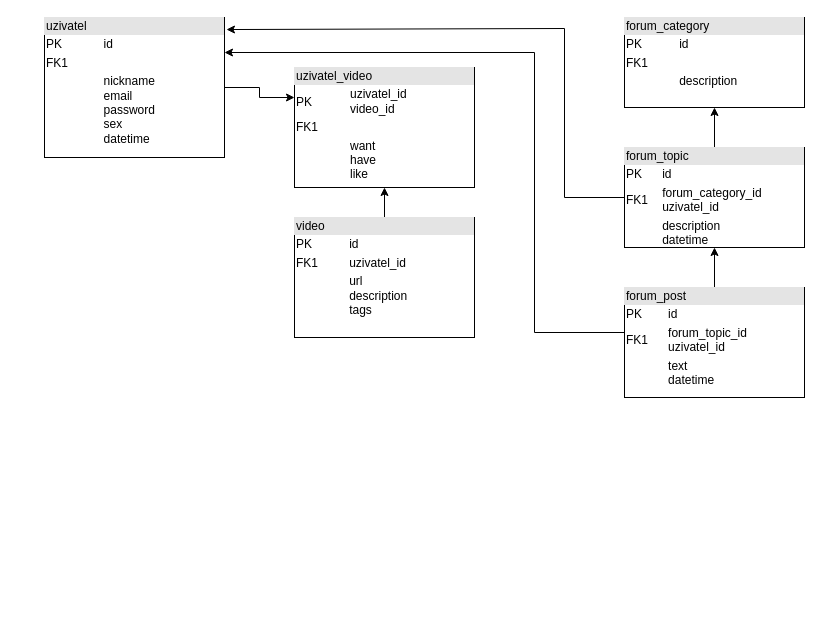
Above: pic/Diagram bez názvu.drawio in Koudislav/koudislav.github.io (draw.io), before the change. Source tidied: cells renumbered, new cells numbered last; positions are measured from the earlier drawing's top-left corner, leaving out a move shared by most shapes. Both pictures are drawn from the tidied source at 100%, with x=0, y=0 at pixel (44, 17).
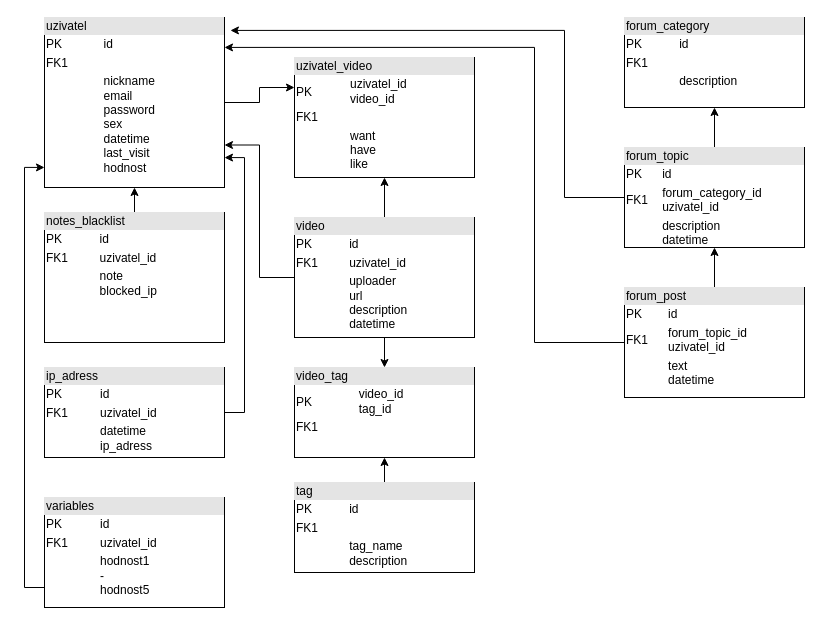
Above is the later version.

Unchanged cells that the change refers to:
```xml
<mxCell id="7" value="&lt;div style=&quot;box-sizing:border-box;width:100%;background:#e4e4e4;padding:2px;&quot;&gt;forum_topic&lt;/div&gt;&lt;table style=&quot;width:100%;font-size:1em;&quot; cellpadding=&quot;2&quot; cellspacing=&quot;0&quot;&gt;&lt;tbody&gt;&lt;tr&gt;&lt;td&gt;PK&lt;/td&gt;&lt;td&gt;id&lt;/td&gt;&lt;/tr&gt;&lt;tr&gt;&lt;td&gt;FK1&lt;/td&gt;&lt;td&gt;forum_category_id&lt;br&gt;uzivatel_id&lt;/td&gt;&lt;/tr&gt;&lt;tr&gt;&lt;td&gt;&lt;/td&gt;&lt;td&gt;description&lt;br&gt;datetime&lt;/td&gt;&lt;/tr&gt;&lt;/tbody&gt;&lt;/table&gt;" style="verticalAlign=top;align=left;overflow=fill;html=1;" parent="1" vertex="1">
  <mxGeometry x="580" y="130" width="180" height="100" as="geometry" />
</mxCell>
<mxCell id="10" value="&lt;div style=&quot;box-sizing:border-box;width:100%;background:#e4e4e4;padding:2px;&quot;&gt;forum_post&lt;br&gt;&lt;/div&gt;&lt;table style=&quot;font-size: 1em; background-color: initial; width: 176px;&quot; cellpadding=&quot;2&quot; cellspacing=&quot;0&quot;&gt;&lt;tbody&gt;&lt;tr&gt;&lt;td&gt;PK&lt;/td&gt;&lt;td&gt;id&lt;/td&gt;&lt;/tr&gt;&lt;tr&gt;&lt;td&gt;FK1&lt;/td&gt;&lt;td&gt;forum_topic_id&lt;br&gt;uzivatel_id&lt;/td&gt;&lt;/tr&gt;&lt;tr&gt;&lt;td&gt;&lt;/td&gt;&lt;td&gt;text&lt;br&gt;datetime&lt;/td&gt;&lt;/tr&gt;&lt;/tbody&gt;&lt;/table&gt;" style="verticalAlign=top;align=left;overflow=fill;html=1;" parent="1" vertex="1">
  <mxGeometry x="580" y="270" width="180" height="110" as="geometry" />
</mxCell>
```

What changed in the source:
```diff
@@
-    <mxCell id="3" value="&lt;div style=&quot;box-sizing:border-box;width:100%;background:#e4e4e4;padding:2px;&quot;&gt;uzivatel&lt;/div&gt;&lt;table style=&quot;width:100%;font-size:1em;&quot; cellpadding=&quot;2&quot; cellspacing=&quot;0&quot;&gt;&lt;tbody&gt;&lt;tr&gt;&lt;td&gt;PK&lt;/td&gt;&lt;td&gt;id&lt;/td&gt;&lt;/tr&gt;&lt;tr&gt;&lt;td&gt;FK1&lt;/td&gt;&lt;td&gt;&lt;br&gt;&lt;/td&gt;&lt;/tr&gt;&lt;tr&gt;&lt;td&gt;&lt;/td&gt;&lt;td&gt;nickname&lt;br&gt;email&lt;br&gt;password&lt;br&gt;sex&lt;br&gt;datetime&lt;/td&gt;&lt;/tr&gt;&lt;/tbody&gt;&lt;/table&gt;" style="verticalAlign=top;align=left;overflow=fill;html=1;" parent="1" vertex="1">
-      <mxGeometry width="180" height="140" as="geometry" />
+    <mxCell id="3" value="&lt;div style=&quot;box-sizing:border-box;width:100%;background:#e4e4e4;padding:2px;&quot;&gt;uzivatel&lt;/div&gt;&lt;table style=&quot;width:100%;font-size:1em;&quot; cellpadding=&quot;2&quot; cellspacing=&quot;0&quot;&gt;&lt;tbody&gt;&lt;tr&gt;&lt;td&gt;PK&lt;/td&gt;&lt;td&gt;id&lt;/td&gt;&lt;/tr&gt;&lt;tr&gt;&lt;td&gt;FK1&lt;/td&gt;&lt;td&gt;&lt;br&gt;&lt;/td&gt;&lt;/tr&gt;&lt;tr&gt;&lt;td&gt;&lt;/td&gt;&lt;td&gt;nickname&lt;br&gt;email&lt;br&gt;password&lt;br&gt;sex&lt;br&gt;datetime&lt;br&gt;last_visit&lt;br&gt;hodnost&lt;br&gt;&lt;/td&gt;&lt;/tr&gt;&lt;/tbody&gt;&lt;/table&gt;" style="verticalAlign=top;align=left;overflow=fill;html=1;" parent="1" vertex="1">
+      <mxGeometry width="180" height="170" as="geometry" />
     </mxCell>
@@
-    <mxCell id="6" style="edgeStyle=orthogonalEdgeStyle;rounded=0;jettySize=auto;html=1;entryX=1.011;entryY=0.086;entryDx=0;entryDy=0;entryPerimeter=0;" parent="1" edge="1" source="7" target="3">
+    <mxCell id="6" style="edgeStyle=orthogonalEdgeStyle;rounded=0;jettySize=auto;html=1;entryX=1.033;entryY=0.076;entryDx=0;entryDy=0;entryPerimeter=0;" parent="1" edge="1" source="7" target="3">
       <mxGeometry relative="1" as="geometry">
         <Array as="points">
           <mxPoint x="520" y="180" />
-          <mxPoint x="520" y="11" />
+          <mxPoint x="520" y="13" />
         </Array>
       </mxGeometry>
     </mxCell>
@@
+    <mxCell id="9" style="edgeStyle=orthogonalEdgeStyle;rounded=0;jettySize=auto;html=1;entryX=0.5;entryY=1;entryDx=0;entryDy=0;" parent="1" edge="1" source="10" target="7">
+      <mxGeometry relative="1" as="geometry" />
+    </mxCell>
-    <mxCell id="8" style="edgeStyle=orthogonalEdgeStyle;rounded=0;jettySize=auto;html=1;entryX=1;entryY=0.25;entryDx=0;entryDy=0;" parent="1" edge="1" source="10" target="3">
+    <mxCell id="8" style="edgeStyle=orthogonalEdgeStyle;rounded=0;jettySize=auto;html=1;entryX=1;entryY=0.176;entryDx=0;entryDy=0;entryPerimeter=0;" parent="1" edge="1" source="10" target="3">
       <mxGeometry relative="1" as="geometry">
         <Array as="points">
-          <mxPoint x="490" y="315" />
-          <mxPoint x="490" y="35" />
+          <mxPoint x="490" y="325" />
+          <mxPoint x="490" y="30" />
         </Array>
       </mxGeometry>
     </mxCell>
-    <mxCell id="9" style="edgeStyle=orthogonalEdgeStyle;rounded=0;jettySize=auto;html=1;entryX=0.5;entryY=1;entryDx=0;entryDy=0;" parent="1" edge="1" source="10" target="7">
-      <mxGeometry relative="1" as="geometry" />
-    </mxCell>
@@
+    <mxCell id="14" style="edgeStyle=orthogonalEdgeStyle;rounded=0;jettySize=auto;html=1;entryX=1;entryY=0.75;entryDx=0;entryDy=0;" parent="1" edge="1" source="12" target="3">
+      <mxGeometry relative="1" as="geometry" />
+    </mxCell>
+    <mxCell id="15" style="edgeStyle=orthogonalEdgeStyle;rounded=0;jettySize=auto;html=1;entryX=0.5;entryY=0;entryDx=0;entryDy=0;" parent="1" edge="1" source="12" target="20">
+      <mxGeometry relative="1" as="geometry" />
+    </mxCell>
-    <mxCell id="12" value="&lt;div style=&quot;box-sizing:border-box;width:100%;background:#e4e4e4;padding:2px;&quot;&gt;video&lt;/div&gt;&lt;table style=&quot;width:100%;font-size:1em;&quot; cellpadding=&quot;2&quot; cellspacing=&quot;0&quot;&gt;&lt;tbody&gt;&lt;tr&gt;&lt;td&gt;PK&lt;/td&gt;&lt;td&gt;id&lt;/td&gt;&lt;/tr&gt;&lt;tr&gt;&lt;td&gt;FK1&lt;/td&gt;&lt;td&gt;uzivatel_id&lt;/td&gt;&lt;/tr&gt;&lt;tr&gt;&lt;td&gt;&lt;/td&gt;&lt;td&gt;url&lt;br&gt;description&lt;br&gt;tags&lt;/td&gt;&lt;/tr&gt;&lt;/tbody&gt;&lt;/table&gt;" style="verticalAlign=top;align=left;overflow=fill;html=1;" parent="1" vertex="1">
+    <mxCell id="12" value="&lt;div style=&quot;box-sizing:border-box;width:100%;background:#e4e4e4;padding:2px;&quot;&gt;video&lt;/div&gt;&lt;table style=&quot;width:100%;font-size:1em;&quot; cellpadding=&quot;2&quot; cellspacing=&quot;0&quot;&gt;&lt;tbody&gt;&lt;tr&gt;&lt;td&gt;PK&lt;/td&gt;&lt;td&gt;id&lt;/td&gt;&lt;/tr&gt;&lt;tr&gt;&lt;td&gt;FK1&lt;/td&gt;&lt;td&gt;uzivatel_id&lt;/td&gt;&lt;/tr&gt;&lt;tr&gt;&lt;td&gt;&lt;/td&gt;&lt;td&gt;uploader&lt;br&gt;url&lt;br&gt;description&lt;br&gt;datetime&lt;/td&gt;&lt;/tr&gt;&lt;/tbody&gt;&lt;/table&gt;" style="verticalAlign=top;align=left;overflow=fill;html=1;" parent="1" vertex="1">
       <mxGeometry x="250" y="200" width="180" height="120" as="geometry" />
     </mxCell>
     <mxCell id="13" value="&lt;div style=&quot;box-sizing:border-box;width:100%;background:#e4e4e4;padding:2px;&quot;&gt;uzivatel_video&lt;/div&gt;&lt;table style=&quot;width:100%;font-size:1em;&quot; cellpadding=&quot;2&quot; cellspacing=&quot;0&quot;&gt;&lt;tbody&gt;&lt;tr&gt;&lt;td&gt;PK&lt;/td&gt;&lt;td&gt;uzivatel_id&lt;br&gt;video_id&lt;/td&gt;&lt;/tr&gt;&lt;tr&gt;&lt;td&gt;FK1&lt;/td&gt;&lt;td&gt;&lt;br&gt;&lt;/td&gt;&lt;/tr&gt;&lt;tr&gt;&lt;td&gt;&lt;/td&gt;&lt;td&gt;want&lt;br&gt;have&lt;br&gt;like&lt;/td&gt;&lt;/tr&gt;&lt;/tbody&gt;&lt;/table&gt;" style="verticalAlign=top;align=left;overflow=fill;html=1;" parent="1" vertex="1">
-      <mxGeometry x="250" y="50" width="180" height="120" as="geometry" />
+      <mxGeometry x="250" y="40" width="180" height="120" as="geometry" />
     </mxCell>
+    <mxCell id="16" style="edgeStyle=orthogonalEdgeStyle;rounded=0;jettySize=auto;html=1;entryX=0.5;entryY=1;entryDx=0;entryDy=0;" parent="1" edge="1" source="17" target="3">
+      <mxGeometry relative="1" as="geometry" />
+    </mxCell>
+    <mxCell id="17" value="&lt;div style=&quot;box-sizing:border-box;width:100%;background:#e4e4e4;padding:2px;&quot;&gt;notes_blacklist&lt;/div&gt;&lt;table style=&quot;width:100%;font-size:1em;&quot; cellpadding=&quot;2&quot; cellspacing=&quot;0&quot;&gt;&lt;tbody&gt;&lt;tr&gt;&lt;td&gt;PK&lt;/td&gt;&lt;td&gt;id&lt;/td&gt;&lt;/tr&gt;&lt;tr&gt;&lt;td&gt;FK1&lt;/td&gt;&lt;td&gt;uzivatel_id&lt;/td&gt;&lt;/tr&gt;&lt;tr&gt;&lt;td&gt;&lt;/td&gt;&lt;td&gt;note&lt;br&gt;blocked_ip&lt;/td&gt;&lt;/tr&gt;&lt;/tbody&gt;&lt;/table&gt;" style="verticalAlign=top;align=left;overflow=fill;html=1;" parent="1" vertex="1">
+      <mxGeometry y="195" width="180" height="130" as="geometry" />
+    </mxCell>
+    <mxCell id="18" style="edgeStyle=orthogonalEdgeStyle;rounded=0;jettySize=auto;html=1;" parent="1" edge="1" source="19" target="20">
+      <mxGeometry relative="1" as="geometry" />
+    </mxCell>
+    <mxCell id="19" value="&lt;div style=&quot;box-sizing:border-box;width:100%;background:#e4e4e4;padding:2px;&quot;&gt;tag&lt;/div&gt;&lt;table style=&quot;width:100%;font-size:1em;&quot; cellpadding=&quot;2&quot; cellspacing=&quot;0&quot;&gt;&lt;tbody&gt;&lt;tr&gt;&lt;td&gt;PK&lt;/td&gt;&lt;td&gt;id&lt;/td&gt;&lt;/tr&gt;&lt;tr&gt;&lt;td&gt;FK1&lt;/td&gt;&lt;td&gt;&lt;br&gt;&lt;/td&gt;&lt;/tr&gt;&lt;tr&gt;&lt;td&gt;&lt;/td&gt;&lt;td&gt;tag_name&lt;br&gt;description&lt;/td&gt;&lt;/tr&gt;&lt;/tbody&gt;&lt;/table&gt;" style="verticalAlign=top;align=left;overflow=fill;html=1;" parent="1" vertex="1">
+      <mxGeometry x="250" y="465" width="180" height="90" as="geometry" />
+    </mxCell>
+    <mxCell id="20" value="&lt;div style=&quot;box-sizing:border-box;width:100%;background:#e4e4e4;padding:2px;&quot;&gt;video_tag&lt;/div&gt;&lt;table style=&quot;width:100%;font-size:1em;&quot; cellpadding=&quot;2&quot; cellspacing=&quot;0&quot;&gt;&lt;tbody&gt;&lt;tr&gt;&lt;td&gt;PK&lt;/td&gt;&lt;td&gt;video_id&lt;br&gt;tag_id&lt;/td&gt;&lt;/tr&gt;&lt;tr&gt;&lt;td&gt;FK1&lt;/td&gt;&lt;td&gt;&lt;br&gt;&lt;/td&gt;&lt;/tr&gt;&lt;tr&gt;&lt;td&gt;&lt;/td&gt;&lt;td&gt;&lt;br&gt;&lt;/td&gt;&lt;/tr&gt;&lt;/tbody&gt;&lt;/table&gt;" style="verticalAlign=top;align=left;overflow=fill;html=1;" parent="1" vertex="1">
+      <mxGeometry x="250" y="350" width="180" height="90" as="geometry" />
+    </mxCell>
+    <mxCell id="21" style="edgeStyle=orthogonalEdgeStyle;rounded=0;jettySize=auto;html=1;entryX=1;entryY=0.824;entryDx=0;entryDy=0;entryPerimeter=0;" parent="1" edge="1" source="22" target="3">
+      <mxGeometry relative="1" as="geometry">
+        <Array as="points">
+          <mxPoint x="200" y="395" />
+          <mxPoint x="200" y="140" />
+        </Array>
+      </mxGeometry>
+    </mxCell>
+    <mxCell id="22" value="&lt;div style=&quot;box-sizing:border-box;width:100%;background:#e4e4e4;padding:2px;&quot;&gt;ip_adress&lt;/div&gt;&lt;table style=&quot;width:100%;font-size:1em;&quot; cellpadding=&quot;2&quot; cellspacing=&quot;0&quot;&gt;&lt;tbody&gt;&lt;tr&gt;&lt;td&gt;PK&lt;/td&gt;&lt;td&gt;id&lt;/td&gt;&lt;/tr&gt;&lt;tr&gt;&lt;td&gt;FK1&lt;/td&gt;&lt;td&gt;uzivatel_id&lt;/td&gt;&lt;/tr&gt;&lt;tr&gt;&lt;td&gt;&lt;/td&gt;&lt;td&gt;datetime&lt;br&gt;ip_adress&lt;/td&gt;&lt;/tr&gt;&lt;/tbody&gt;&lt;/table&gt;" style="verticalAlign=top;align=left;overflow=fill;html=1;" parent="1" vertex="1">
+      <mxGeometry y="350" width="180" height="90" as="geometry" />
+    </mxCell>
+    <mxCell id="23" style="edgeStyle=orthogonalEdgeStyle;rounded=0;jettySize=auto;html=1;entryX=0;entryY=0.882;entryDx=0;entryDy=0;entryPerimeter=0;" parent="1" edge="1" source="24" target="3">
+      <mxGeometry relative="1" as="geometry">
+        <Array as="points">
+          <mxPoint x="-20" y="570" />
+          <mxPoint x="-20" y="150" />
+        </Array>
+      </mxGeometry>
+    </mxCell>
+    <mxCell id="24" value="&lt;div style=&quot;box-sizing:border-box;width:100%;background:#e4e4e4;padding:2px;&quot;&gt;variables&lt;/div&gt;&lt;table style=&quot;width:100%;font-size:1em;&quot; cellpadding=&quot;2&quot; cellspacing=&quot;0&quot;&gt;&lt;tbody&gt;&lt;tr&gt;&lt;td&gt;PK&lt;/td&gt;&lt;td&gt;id&lt;/td&gt;&lt;/tr&gt;&lt;tr&gt;&lt;td&gt;FK1&lt;/td&gt;&lt;td&gt;uzivatel_id&lt;/td&gt;&lt;/tr&gt;&lt;tr&gt;&lt;td&gt;&lt;/td&gt;&lt;td&gt;hodnost1&lt;br&gt;-&lt;br&gt;hodnost5&lt;/td&gt;&lt;/tr&gt;&lt;/tbody&gt;&lt;/table&gt;" style="verticalAlign=top;align=left;overflow=fill;html=1;" parent="1" vertex="1">
+      <mxGeometry y="480" width="180" height="110" as="geometry" />
+    </mxCell>
```
